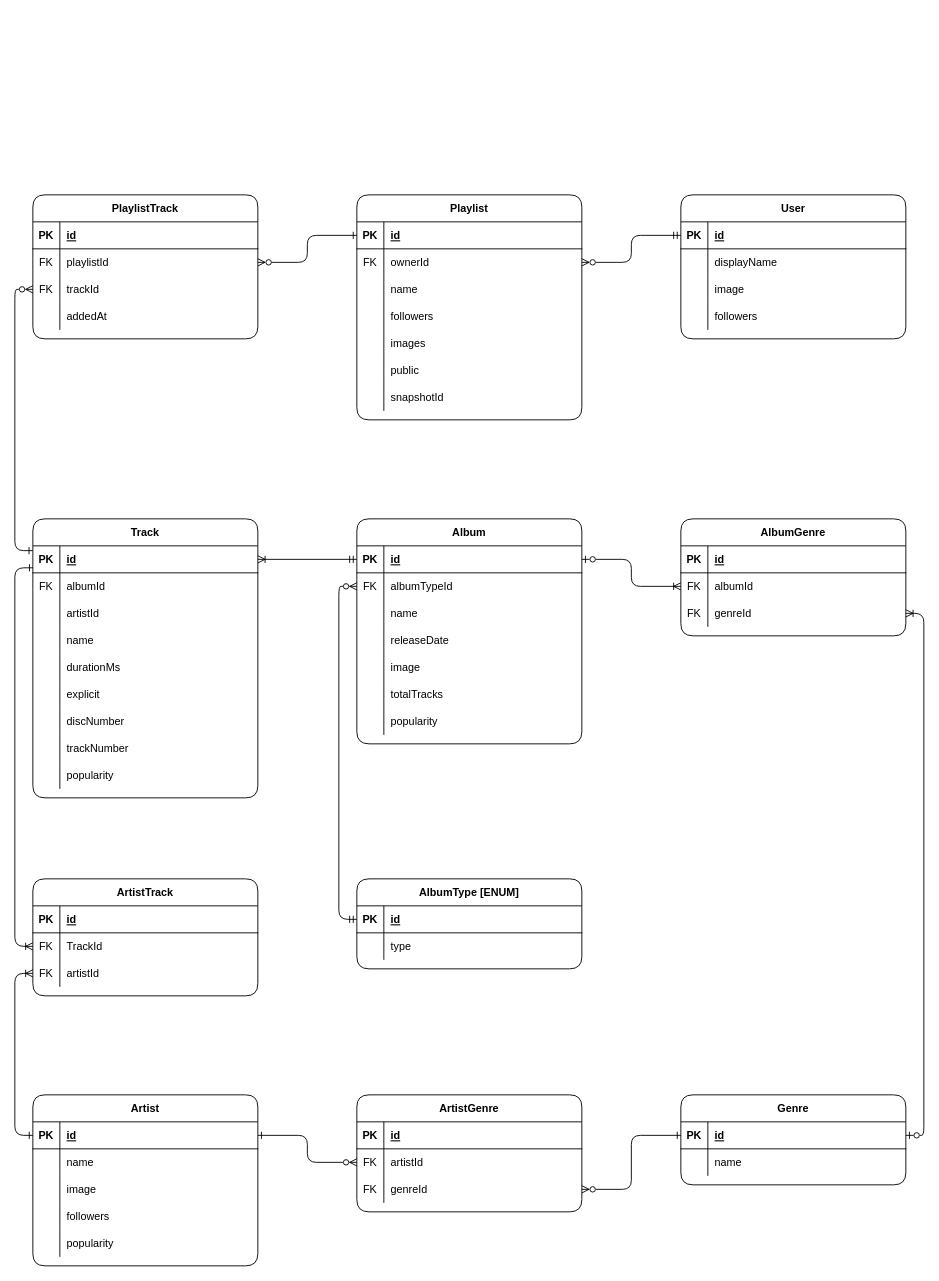
The draw.io diagram ERD.drawio in MrDrummer/SpotifyPlaylistGenerator, before the edit. Source tidied: cells renumbered, new cells numbered last; positions are measured from the earlier drawing's top-left corner, leaving out a move shared by most shapes. Both pictures are drawn from the tidied source at 90%, with x=0, y=0 at pixel (14, 194).
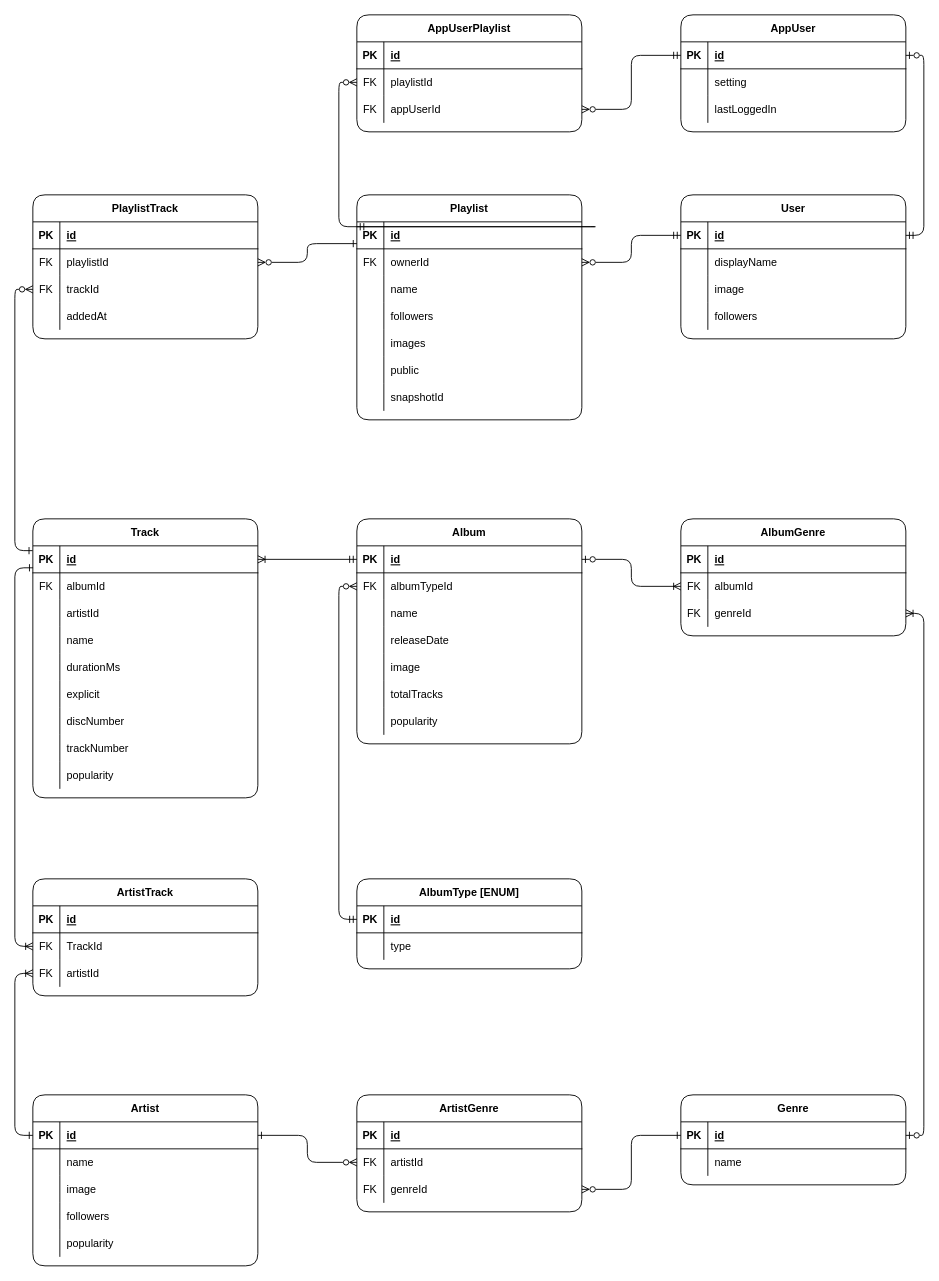
The same diagram, later.

Unchanged cells that the change refers to:
```xml
<mxCell id="31" style="shape=partialRectangle;fillColor=none;points=[[0,0.5],[1,0.5]];portConstraint=eastwest;top=0;left=0;right=0;bottom=1;rounded=1;" parent="30" vertex="1">
  <mxGeometry y="30" width="250" height="30" as="geometry" />
</mxCell>
<mxCell id="75" style="shape=partialRectangle;fillColor=none;points=[[0,0.5],[1,0.5]];portConstraint=eastwest;top=0;left=0;right=0;bottom=1;rounded=1;" parent="74" vertex="1">
  <mxGeometry y="30" width="250" height="30" as="geometry" />
</mxCell>
<mxCell id="160" style="shape=partialRectangle;fillColor=none;points=[[0,0.5],[1,0.5]];portConstraint=eastwest;top=0;left=0;right=0;bottom=0;rounded=1;" parent="156" vertex="1">
  <mxGeometry y="60" width="250" height="30" as="geometry" />
</mxCell>
```

Change to the diagram source:
```diff
@@
-    <mxCell id="169" style="edgeStyle=orthogonalEdgeStyle;rounded=1;jettySize=auto;html=1;exitX=1;exitY=0.5;exitDx=0;exitDy=0;entryX=0;entryY=0.5;entryDx=0;entryDy=0;startArrow=ERzeroToMany;startFill=0;endArrow=ERone;endFill=0;" parent="1" edge="1" source="160" target="31">
+    <mxCell id="169" style="edgeStyle=orthogonalEdgeStyle;rounded=1;jettySize=auto;html=1;exitX=1;exitY=0.5;exitDx=0;exitDy=0;entryX=0;entryY=0.806;entryDx=0;entryDy=0;startArrow=ERzeroToMany;startFill=0;endArrow=ERone;endFill=0;entryPerimeter=0;" parent="1" edge="1" source="160" target="31">
       <mxGeometry relative="1" as="geometry" />
     </mxCell>
@@
+    <mxCell id="171" value="AppUser" style="shape=table;startSize=30;childLayout=tableLayout;rowLines=0;fontStyle=1;align=center;rounded=1;" parent="1" vertex="1">
+      <mxGeometry x="740" y="-200" width="250" height="130" as="geometry" />
+    </mxCell>
+    <mxCell id="172" style="shape=partialRectangle;fillColor=none;points=[[0,0.5],[1,0.5]];portConstraint=eastwest;top=0;left=0;right=0;bottom=1;rounded=1;" parent="171" vertex="1">
+      <mxGeometry y="30" width="250" height="30" as="geometry" />
+    </mxCell>
+    <mxCell id="173" value="PK" style="shape=partialRectangle;overflow=hidden;fillColor=none;top=0;left=0;bottom=0;right=0;fontStyle=1;rounded=1;" parent="172" vertex="1">
+      <mxGeometry width="30" height="30" as="geometry" />
+    </mxCell>
+    <mxCell id="174" value="id" style="shape=partialRectangle;overflow=hidden;fillColor=none;top=0;left=0;bottom=0;right=0;align=left;spacingLeft=6;fontStyle=5;rounded=1;" parent="172" vertex="1">
+      <mxGeometry x="30" width="220" height="30" as="geometry" />
+    </mxCell>
+    <mxCell id="175" style="shape=partialRectangle;fillColor=none;top=0;left=0;right=0;bottom=0;rounded=1;" parent="171" vertex="1">
+      <mxGeometry y="60" width="250" height="30" as="geometry" />
+    </mxCell>
+    <mxCell id="176" style="shape=partialRectangle;overflow=hidden;fillColor=none;top=0;left=0;bottom=0;right=0;rounded=1;" parent="175" vertex="1">
+      <mxGeometry width="30" height="30" as="geometry" />
+    </mxCell>
+    <mxCell id="177" value="setting" style="shape=partialRectangle;overflow=hidden;fillColor=none;top=0;left=0;bottom=0;right=0;align=left;spacingLeft=6;rounded=1;" parent="175" vertex="1">
+      <mxGeometry x="30" width="220" height="30" as="geometry" />
+    </mxCell>
+    <mxCell id="178" style="shape=partialRectangle;fillColor=none;top=0;left=0;right=0;bottom=0;rounded=1;" parent="171" vertex="1">
+      <mxGeometry y="90" width="250" height="30" as="geometry" />
+    </mxCell>
+    <mxCell id="179" style="shape=partialRectangle;overflow=hidden;fillColor=none;top=0;left=0;bottom=0;right=0;rounded=1;" parent="178" vertex="1">
+      <mxGeometry width="30" height="30" as="geometry" />
+    </mxCell>
+    <mxCell id="180" value="lastLoggedIn" style="shape=partialRectangle;overflow=hidden;fillColor=none;top=0;left=0;bottom=0;right=0;align=left;spacingLeft=6;rounded=1;" parent="178" vertex="1">
+      <mxGeometry x="30" width="220" height="30" as="geometry" />
+    </mxCell>
+    <mxCell id="181" value="AppUserPlaylist" style="shape=table;startSize=30;childLayout=tableLayout;rowLines=0;fontStyle=1;align=center;rounded=1;" parent="1" vertex="1">
+      <mxGeometry x="380" y="-200" width="250" height="130" as="geometry" />
+    </mxCell>
+    <mxCell id="182" style="shape=partialRectangle;fillColor=none;top=0;left=0;right=0;bottom=1;rounded=1;" parent="181" vertex="1">
+      <mxGeometry y="30" width="250" height="30" as="geometry" />
+    </mxCell>
+    <mxCell id="183" value="PK" style="shape=partialRectangle;overflow=hidden;fillColor=none;top=0;left=0;bottom=0;right=0;fontStyle=1;rounded=1;" parent="182" vertex="1">
+      <mxGeometry width="30" height="30" as="geometry" />
+    </mxCell>
+    <mxCell id="184" value="id" style="shape=partialRectangle;overflow=hidden;fillColor=none;top=0;left=0;bottom=0;right=0;align=left;spacingLeft=6;fontStyle=5;rounded=1;" parent="182" vertex="1">
+      <mxGeometry x="30" width="220" height="30" as="geometry" />
+    </mxCell>
+    <mxCell id="185" style="shape=partialRectangle;fillColor=none;points=[[0,0.5],[1,0.5]];portConstraint=eastwest;top=0;left=0;right=0;bottom=0;rounded=1;" parent="181" vertex="1">
+      <mxGeometry y="60" width="250" height="30" as="geometry" />
+    </mxCell>
+    <mxCell id="186" value="FK" style="shape=partialRectangle;overflow=hidden;fillColor=none;top=0;left=0;bottom=0;right=0;rounded=1;" parent="185" vertex="1">
+      <mxGeometry width="30" height="30" as="geometry" />
+    </mxCell>
+    <mxCell id="187" value="playlistId" style="shape=partialRectangle;overflow=hidden;fillColor=none;top=0;left=0;bottom=0;right=0;align=left;spacingLeft=6;rounded=1;" parent="185" vertex="1">
+      <mxGeometry x="30" width="220" height="30" as="geometry" />
+    </mxCell>
+    <mxCell id="188" style="shape=partialRectangle;fillColor=none;points=[[0,0.5],[1,0.5]];portConstraint=eastwest;top=0;left=0;right=0;bottom=0;rounded=1;" parent="181" vertex="1">
+      <mxGeometry y="90" width="250" height="30" as="geometry" />
+    </mxCell>
+    <mxCell id="189" value="FK" style="shape=partialRectangle;overflow=hidden;fillColor=none;top=0;left=0;bottom=0;right=0;rounded=1;" parent="188" vertex="1">
+      <mxGeometry width="30" height="30" as="geometry" />
+    </mxCell>
+    <mxCell id="190" value="appUserId" style="shape=partialRectangle;overflow=hidden;fillColor=none;top=0;left=0;bottom=0;right=0;align=left;spacingLeft=6;rounded=1;" parent="188" vertex="1">
+      <mxGeometry x="30" width="220" height="30" as="geometry" />
+    </mxCell>
+    <mxCell id="191" style="edgeStyle=orthogonalEdgeStyle;rounded=1;jettySize=auto;html=1;entryX=-0.001;entryY=0.181;entryDx=0;entryDy=0;startArrow=ERzeroToMany;startFill=0;endArrow=ERmandOne;endFill=0;entryPerimeter=0;exitX=0;exitY=0.5;exitDx=0;exitDy=0;" parent="1" edge="1" source="185" target="31">
+      <mxGeometry relative="1" as="geometry" />
+    </mxCell>
+    <mxCell id="192" style="edgeStyle=orthogonalEdgeStyle;rounded=1;jettySize=auto;html=1;exitX=1;exitY=0.5;exitDx=0;exitDy=0;entryX=0;entryY=0.5;entryDx=0;entryDy=0;startArrow=ERzeroToMany;startFill=0;endArrow=ERmandOne;endFill=0;" parent="1" edge="1" source="188" target="172">
+      <mxGeometry relative="1" as="geometry" />
+    </mxCell>
+    <mxCell id="193" style="edgeStyle=orthogonalEdgeStyle;rounded=1;jettySize=auto;html=1;exitX=1;exitY=0.5;exitDx=0;exitDy=0;startArrow=ERmandOne;startFill=0;endArrow=ERzeroToOne;endFill=0;entryX=1;entryY=0.5;entryDx=0;entryDy=0;" parent="1" edge="1" source="75" target="172">
+      <mxGeometry relative="1" as="geometry" />
+    </mxCell>
```
